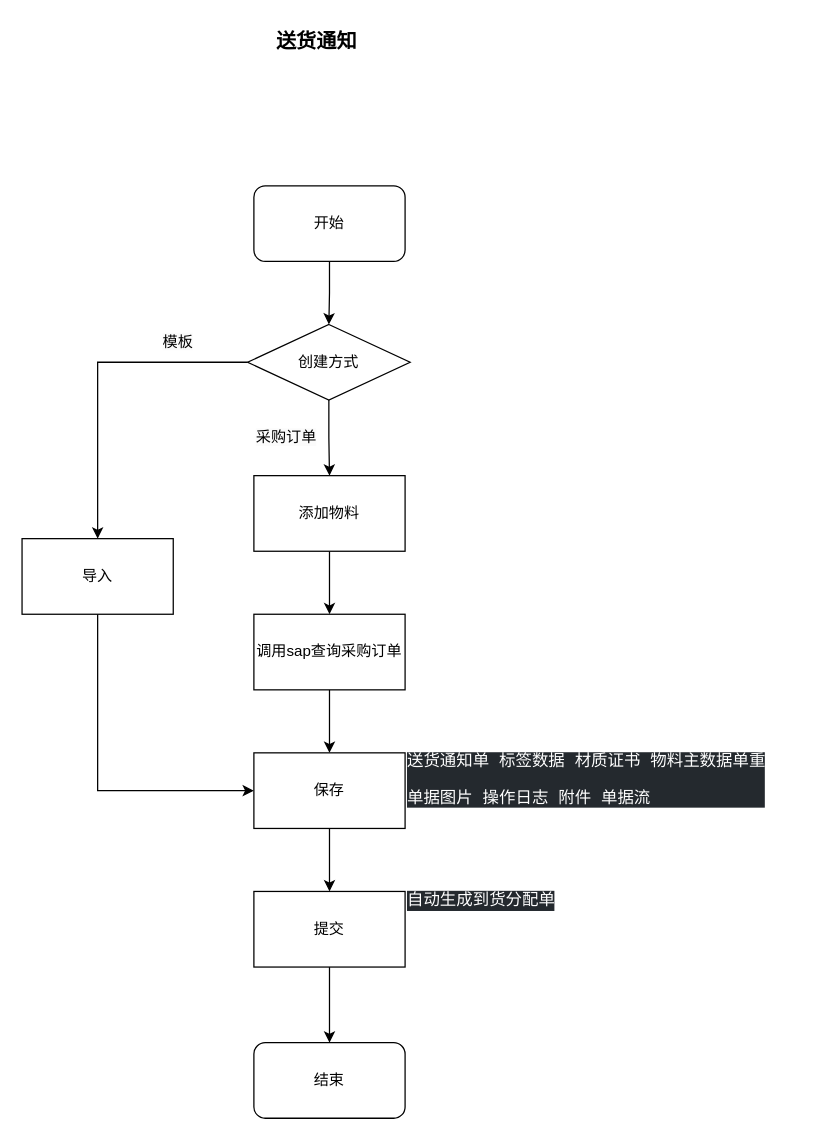
This is page "采购验收" (2 of 2) of COOEC/WMS/WMS-验收管理.drawio from GodTaoz/drawio, a draw.io file, before an edit. Source tidied: cells renumbered, new cells numbered last; positions are measured from the earlier drawing's top-left corner, leaving out a move shared by most shapes. Both pictures are drawn from the tidied source at 126%, with x=0, y=0 at pixel (21, 21).
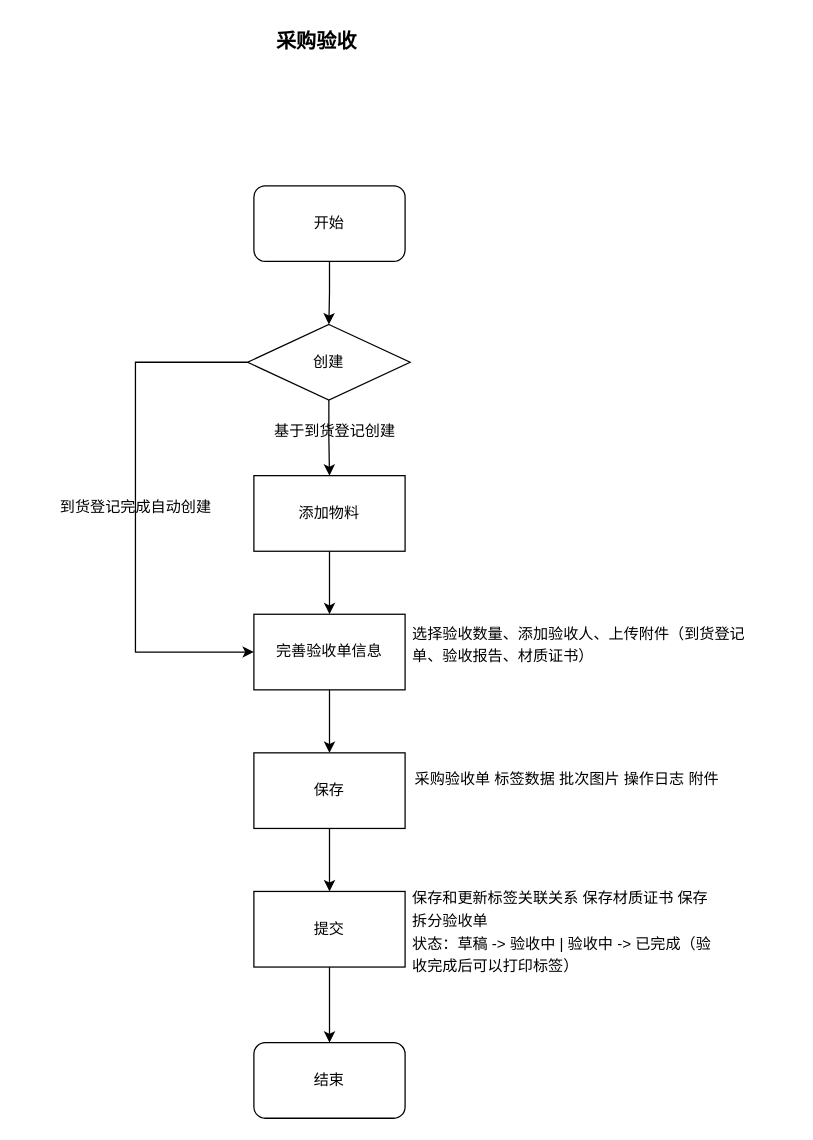
After the change.

Unchanged cells that the change refers to:
```xml
<mxCell id="3" value="开始" style="rounded=1;whiteSpace=wrap;html=1;" parent="1" vertex="1">
  <mxGeometry x="184" y="130" width="120" height="60" as="geometry" />
</mxCell>
<mxCell id="14" value="添加物料" style="rounded=0;whiteSpace=wrap;html=1;" parent="1" vertex="1">
  <mxGeometry x="184" y="360" width="120" height="60" as="geometry" />
</mxCell>
<mxCell id="16" value="保存" style="rounded=0;whiteSpace=wrap;html=1;" parent="1" vertex="1">
  <mxGeometry x="184" y="580" width="120" height="60" as="geometry" />
</mxCell>
```

The edit, as a diff of the source:
```diff
@@
-    <mxCell id="2" style="edgeStyle=orthogonalEdgeStyle;rounded=0;jettySize=auto;html=1;entryX=0.5;entryY=0;entryDx=0;entryDy=0;" parent="1" edge="1" source="3" target="11">
-      <mxGeometry relative="1" as="geometry" />
-    </mxCell>
+    <mxCell id="23" style="edgeStyle=orthogonalEdgeStyle;rounded=0;jettySize=auto;html=1;exitX=0.5;exitY=1;exitDx=0;exitDy=0;entryX=0.5;entryY=0;entryDx=0;entryDy=0;" parent="1" edge="1" source="3" target="28">
+      <mxGeometry relative="1" as="geometry" />
+    </mxCell>
@@
-    <mxCell id="4" style="edgeStyle=orthogonalEdgeStyle;rounded=0;jettySize=auto;html=1;exitX=0.5;exitY=1;exitDx=0;exitDy=0;entryX=0;entryY=0.5;entryDx=0;entryDy=0;" parent="1" edge="1" source="5" target="16">
-      <mxGeometry relative="1" as="geometry" />
-    </mxCell>
-    <mxCell id="5" value="导入" style="rounded=0;whiteSpace=wrap;html=1;" parent="1" vertex="1">
-      <mxGeometry y="410" width="120" height="60" as="geometry" />
-    </mxCell>
-    <mxCell id="6" value="&lt;font style=&quot;font-size: 16px;&quot;&gt;&lt;b&gt;送货通知&lt;/b&gt;&lt;/font&gt;" style="text;html=1;strokeColor=none;fillColor=none;align=center;verticalAlign=middle;whiteSpace=wrap;rounded=0;" parent="1" vertex="1">
+    <mxCell id="6" value="&lt;font style=&quot;font-size: 16px;&quot;&gt;&lt;b&gt;采购验收&lt;/b&gt;&lt;/font&gt;" style="text;html=1;strokeColor=none;fillColor=none;align=center;verticalAlign=middle;whiteSpace=wrap;rounded=0;" parent="1" vertex="1">
       <mxGeometry x="181" width="106" height="30" as="geometry" />
     </mxCell>
@@
-    <mxCell id="8" value="调用sap查询采购订单" style="rounded=0;whiteSpace=wrap;html=1;" parent="1" vertex="1">
+    <mxCell id="8" value="完善验收单信息" style="rounded=0;whiteSpace=wrap;html=1;" parent="1" vertex="1">
       <mxGeometry x="184" y="470" width="120" height="60" as="geometry" />
     </mxCell>
@@
-    <mxCell id="10" style="edgeStyle=orthogonalEdgeStyle;rounded=0;jettySize=auto;html=1;exitX=0;exitY=0.5;exitDx=0;exitDy=0;" parent="1" edge="1" source="11" target="5">
-      <mxGeometry relative="1" as="geometry" />
-    </mxCell>
-    <mxCell id="11" value="创建方式" style="rhombus;whiteSpace=wrap;html=1;" parent="1" vertex="1">
-      <mxGeometry x="179" y="240" width="129" height="60" as="geometry" />
-    </mxCell>
-    <mxCell id="12" value="&lt;span style=&quot;color: rgb(0, 0, 0); font-family: Helvetica; font-size: 12px; font-style: normal; font-variant-ligatures: normal; font-variant-caps: normal; font-weight: 400; letter-spacing: normal; orphans: 2; text-align: center; text-indent: 0px; text-transform: none; widows: 2; word-spacing: 0px; -webkit-text-stroke-width: 0px; background-color: rgb(251, 251, 251); text-decoration-thickness: initial; text-decoration-style: initial; text-decoration-color: initial; float: none; display: inline !important;&quot;&gt;采购订单&lt;/span&gt;" style="text;whiteSpace=wrap;html=1;" parent="1" vertex="1">
-      <mxGeometry x="184" y="316" width="50" height="30" as="geometry" />
-    </mxCell>
-    <mxCell id="13" style="edgeStyle=orthogonalEdgeStyle;rounded=0;jettySize=auto;html=1;exitX=0.5;exitY=1;exitDx=0;exitDy=0;entryX=0.5;entryY=0;entryDx=0;entryDy=0;" parent="1" edge="1" source="11" target="14">
-      <mxGeometry relative="1" as="geometry" />
-    </mxCell>
@@
-    <mxCell id="17" value="&lt;div style=&quot;background-color: rgb(36, 41, 46); font-family: 宋体, monospace; font-size: 9.8pt;&quot;&gt;&lt;pre style=&quot;&quot;&gt;&lt;font color=&quot;#ffffff&quot;&gt;送货通知单 标签数据 材质证书 物料主数据单重&lt;/font&gt;&lt;/pre&gt;&lt;pre style=&quot;&quot;&gt;&lt;font color=&quot;#ffffff&quot;&gt;单据图片 操作日志 附件 单据流&lt;/font&gt;&lt;/pre&gt;&lt;/div&gt;" style="text;whiteSpace=wrap;html=1;" parent="1" vertex="1">
-      <mxGeometry x="304" y="560" width="306" height="80" as="geometry" />
-    </mxCell>
@@
-    <mxCell id="21" value="&lt;div style=&quot;background-color: rgb(36, 41, 46); font-family: 宋体, monospace; font-size: 9.8pt;&quot;&gt;&lt;pre style=&quot;&quot;&gt;&lt;font color=&quot;#ffffff&quot;&gt;自动生成到货分配单&lt;/font&gt;&lt;/pre&gt;&lt;/div&gt;" style="text;whiteSpace=wrap;html=1;" parent="1" vertex="1">
-      <mxGeometry x="304" y="670" width="140" height="40" as="geometry" />
-    </mxCell>
-    <mxCell id="22" value="&lt;span style=&quot;color: rgb(0, 0, 0); font-family: Helvetica; font-size: 12px; font-style: normal; font-variant-ligatures: normal; font-variant-caps: normal; font-weight: 400; letter-spacing: normal; orphans: 2; text-align: center; text-indent: 0px; text-transform: none; widows: 2; word-spacing: 0px; -webkit-text-stroke-width: 0px; background-color: rgb(251, 251, 251); text-decoration-thickness: initial; text-decoration-style: initial; text-decoration-color: initial; float: none; display: inline !important;&quot;&gt;模板&lt;/span&gt;" style="text;whiteSpace=wrap;html=1;" parent="1" vertex="1">
-      <mxGeometry x="110" y="240" width="30" height="30" as="geometry" />
-    </mxCell>
+    <mxCell id="24" value="基于到货登记创建" style="text;html=1;align=center;verticalAlign=middle;strokeColor=none;fillColor=none;" parent="1" vertex="1">
+      <mxGeometry x="188" y="310" width="120" height="30" as="geometry" />
+    </mxCell>
+    <mxCell id="25" value="到货登记完成自动创建" style="text;html=1;align=center;verticalAlign=middle;strokeColor=none;fillColor=none;" parent="1" vertex="1">
+      <mxGeometry x="20" y="370" width="140" height="30" as="geometry" />
+    </mxCell>
+    <mxCell id="26" style="edgeStyle=orthogonalEdgeStyle;rounded=0;jettySize=auto;html=1;exitX=0.5;exitY=1;exitDx=0;exitDy=0;entryX=0.5;entryY=0;entryDx=0;entryDy=0;" parent="1" edge="1" source="28" target="14">
+      <mxGeometry relative="1" as="geometry" />
+    </mxCell>
+    <mxCell id="27" style="edgeStyle=orthogonalEdgeStyle;rounded=0;jettySize=auto;html=1;exitX=0;exitY=0.5;exitDx=0;exitDy=0;entryX=0;entryY=0.5;entryDx=0;entryDy=0;" parent="1" edge="1" source="28" target="8">
+      <mxGeometry relative="1" as="geometry">
+        <Array as="points">
+          <mxPoint x="90" y="270" />
+          <mxPoint x="90" y="500" />
+        </Array>
+      </mxGeometry>
+    </mxCell>
+    <mxCell id="28" value="创建" style="rhombus;whiteSpace=wrap;html=1;" parent="1" vertex="1">
+      <mxGeometry x="179" y="240" width="129" height="60" as="geometry" />
+    </mxCell>
+    <mxCell id="29" value="&lt;div style=&quot;line-height: 150%;&quot;&gt;&lt;div style=&quot;line-height: 150%;&quot;&gt;&lt;span style=&quot;background-color: initial;&quot;&gt;保存和更新标签关联关系&amp;nbsp;&lt;/span&gt;&lt;span style=&quot;background-color: initial;&quot;&gt;保存材质证书&amp;nbsp;&lt;/span&gt;&lt;span style=&quot;background-color: initial;&quot;&gt;保存拆分验收单&lt;/span&gt;&lt;br&gt;&lt;/div&gt;&lt;div style=&quot;line-height: 150%;&quot;&gt;状态：草稿 -&amp;gt; 验收中 | 验收中 -&amp;gt; 已完成（验收完成后可以打印标签）&lt;span style=&quot;background-color: initial;&quot;&gt;&lt;br&gt;&lt;/span&gt;&lt;/div&gt;&lt;/div&gt;" style="text;whiteSpace=wrap;html=1;fontSize=12;fontFamily=Helvetica;fontColor=default;" parent="1" vertex="1">
+      <mxGeometry x="308" y="680" width="242" height="90" as="geometry" />
+    </mxCell>
+    <mxCell id="30" value="&lt;div style=&quot;line-height: 150%;&quot;&gt;&lt;div style=&quot;line-height: 150%;&quot;&gt;采购验收单 标签数据 批次图片 操作日志 附件&lt;/div&gt;&lt;/div&gt;" style="text;whiteSpace=wrap;html=1;fontSize=12;fontFamily=Helvetica;fontColor=default;" parent="1" vertex="1">
+      <mxGeometry x="310" y="585" width="260" height="50" as="geometry" />
+    </mxCell>
+    <mxCell id="31" value="&lt;div style=&quot;line-height: 150%;&quot;&gt;&lt;div style=&quot;line-height: 150%;&quot;&gt;选择验收数量、添加验收人、上传附件（到货登记单、验收报告、材质证书）&lt;/div&gt;&lt;/div&gt;" style="text;whiteSpace=wrap;html=1;fontSize=12;fontFamily=Helvetica;fontColor=default;" parent="1" vertex="1">
+      <mxGeometry x="308" y="470" width="270" height="35" as="geometry" />
+    </mxCell>
```
